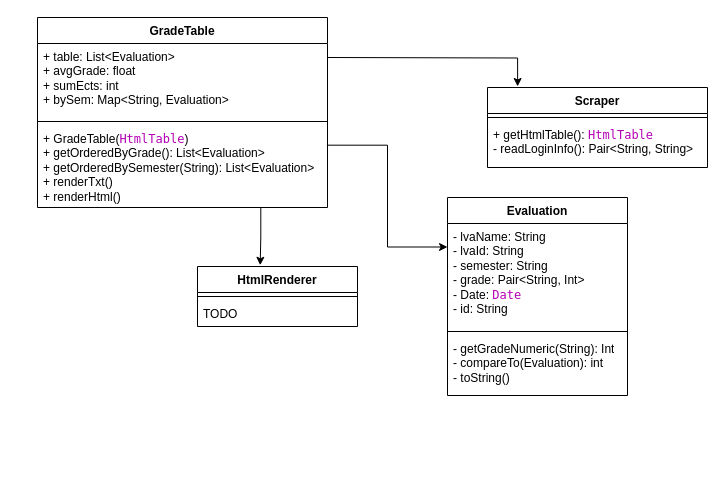
This is MissingSemEx1/UML_ex1.drawio from strgPeter/JKU_KUSSS_grade_visualizer, a draw.io file, before an edit. Source tidied: cells renumbered, new cells numbered last; positions are measured from the earlier drawing's top-left corner, leaving out a move shared by most shapes. Both pictures are drawn from the tidied source at 100%, with x=0, y=0 at pixel (37, 17).
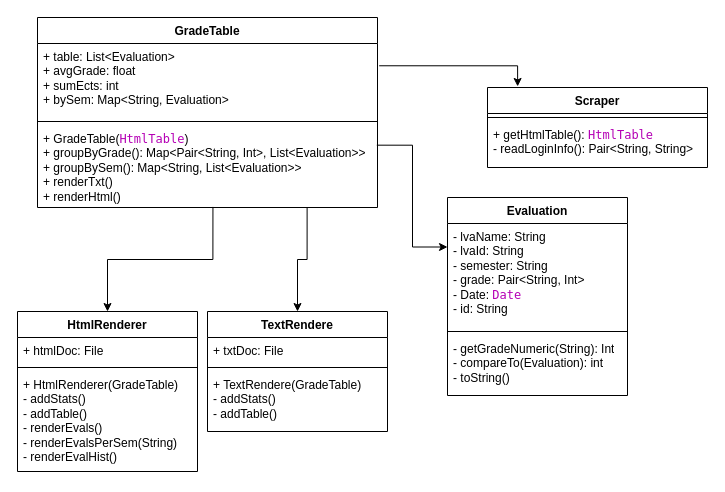
The same page after the edit.

Commit message:
update uml class diagram

The change refers to these unchanged cells:
```xml
<mxCell id="2" value="Scraper" style="swimlane;fontStyle=1;align=center;verticalAlign=top;horizontal=1;startSize=26;whiteSpace=wrap;html=1;fontSize=12;" parent="1" vertex="1">
  <mxGeometry x="450" y="70" width="220" height="80" as="geometry" />
</mxCell>
<mxCell id="9" value="Evaluation" style="swimlane;fontStyle=1;align=center;verticalAlign=top;horizontal=1;startSize=26;whiteSpace=wrap;html=1;fontSize=12;" parent="1" vertex="1">
  <mxGeometry x="410" y="180" width="180" height="198" as="geometry" />
</mxCell>
```

What changed in the source:
```diff
@@
     <mxCell id="5" value="GradeTable" style="swimlane;fontStyle=1;align=center;verticalAlign=top;horizontal=1;startSize=26;whiteSpace=wrap;html=1;fontSize=12;" parent="1" vertex="1">
-      <mxGeometry width="290" height="190" as="geometry" />
+      <mxGeometry width="340" height="190" as="geometry" />
     </mxCell>
     <mxCell id="6" value="+ table: List&amp;lt;Evaluation&amp;gt;&lt;div style=&quot;font-size: 12px;&quot;&gt;+ avgGrade: float&lt;/div&gt;&lt;div style=&quot;font-size: 12px;&quot;&gt;+ sumEcts: int&lt;/div&gt;&lt;div style=&quot;font-size: 12px;&quot;&gt;+ bySem: Map&amp;lt;String, Evaluation&amp;gt;&lt;/div&gt;" style="text;strokeColor=none;fillColor=none;align=left;verticalAlign=top;spacingLeft=4;spacingRight=4;overflow=hidden;points=[[0,0.5],[1,0.5]];portConstraint=eastwest;whiteSpace=wrap;html=1;fontSize=12;" parent="5" vertex="1">
-      <mxGeometry y="26" width="290" height="74" as="geometry" />
+      <mxGeometry y="26" width="340" height="74" as="geometry" />
     </mxCell>
     <mxCell id="7" style="line;strokeWidth=1;fillColor=none;align=left;verticalAlign=middle;spacingTop=-1;spacingLeft=3;spacingRight=3;labelPosition=right;strokeColor=inherit;fontSize=12;" parent="5" vertex="1">
-      <mxGeometry y="100" width="290" height="8" as="geometry" />
+      <mxGeometry y="100" width="340" height="8" as="geometry" />
     </mxCell>
-    <mxCell id="8" value="+ GradeTable(&lt;span style=&quot;color: rgb(181, 0, 181); font-family: Monaco, Menlo, Consolas, &amp;quot;Courier New&amp;quot;, monospace; font-size: 12px;&quot;&gt;HtmlTable&lt;/span&gt;)&lt;div style=&quot;font-size: 12px;&quot;&gt;+ getOrderedByGrade(): List&lt;span style=&quot;background-color: initial; font-size: 12px;&quot;&gt;&amp;lt;&lt;/span&gt;Evaluation&lt;span style=&quot;background-color: initial; font-size: 12px;&quot;&gt;&amp;gt;&lt;/span&gt;&lt;/div&gt;&lt;div style=&quot;font-size: 12px;&quot;&gt;+ getOrderedBySemester(String):&amp;nbsp;&lt;span style=&quot;background-color: initial; font-size: 12px;&quot;&gt;List&lt;/span&gt;&lt;span style=&quot;background-color: initial; font-size: 12px;&quot;&gt;&amp;lt;&lt;/span&gt;Evaluation&lt;span style=&quot;background-color: initial; font-size: 12px;&quot;&gt;&amp;gt;&lt;/span&gt;&lt;/div&gt;&lt;div style=&quot;font-size: 12px;&quot;&gt;&lt;span style=&quot;background-color: initial; font-size: 12px;&quot;&gt;+ renderTxt()&lt;/span&gt;&lt;/div&gt;&lt;div style=&quot;font-size: 12px;&quot;&gt;&lt;span style=&quot;background-color: initial; font-size: 12px;&quot;&gt;+ renderHtml()&lt;/span&gt;&lt;/div&gt;" style="text;strokeColor=none;fillColor=none;align=left;verticalAlign=top;spacingLeft=4;spacingRight=4;overflow=hidden;points=[[0,0.5],[1,0.5]];portConstraint=eastwest;whiteSpace=wrap;html=1;fontSize=12;" parent="5" vertex="1">
-      <mxGeometry y="108" width="290" height="82" as="geometry" />
+    <mxCell id="8" value="+ GradeTable(&lt;span style=&quot;color: rgb(181, 0, 181); font-family: Monaco, Menlo, Consolas, &amp;quot;Courier New&amp;quot;, monospace; font-size: 12px;&quot;&gt;HtmlTable&lt;/span&gt;)&lt;div&gt;+ groupByGrade(): Map&amp;lt;&lt;span style=&quot;background-color: initial;&quot;&gt;Pair&amp;lt;String, Int&amp;gt;,&amp;nbsp;&lt;/span&gt;&lt;span style=&quot;background-color: initial;&quot;&gt;List&lt;/span&gt;&lt;span style=&quot;background-color: initial;&quot;&gt;&amp;lt;&lt;/span&gt;&lt;span style=&quot;background-color: initial;&quot;&gt;Evaluation&lt;/span&gt;&lt;span style=&quot;background-color: initial;&quot;&gt;&amp;gt;&lt;/span&gt;&lt;span style=&quot;background-color: initial;&quot;&gt;&amp;gt;&lt;/span&gt;&lt;/div&gt;&lt;div&gt;+ groupBySem(): Map&amp;lt;&lt;span style=&quot;background-color: initial;&quot;&gt;String,&amp;nbsp;&lt;/span&gt;&lt;span style=&quot;background-color: initial;&quot;&gt;List&lt;/span&gt;&lt;span style=&quot;background-color: initial;&quot;&gt;&amp;lt;&lt;/span&gt;&lt;span style=&quot;background-color: initial;&quot;&gt;Evaluation&lt;/span&gt;&lt;span style=&quot;background-color: initial;&quot;&gt;&amp;gt;&lt;/span&gt;&lt;span style=&quot;background-color: initial;&quot;&gt;&amp;gt;&lt;/span&gt;&lt;/div&gt;&lt;div&gt;&lt;div style=&quot;font-size: 12px;&quot;&gt;&lt;span style=&quot;background-color: initial; font-size: 12px;&quot;&gt;+ renderTxt()&lt;/span&gt;&lt;/div&gt;&lt;div style=&quot;font-size: 12px;&quot;&gt;&lt;span style=&quot;background-color: initial; font-size: 12px;&quot;&gt;+ renderHtml()&lt;/span&gt;&lt;/div&gt;&lt;/div&gt;" style="text;strokeColor=none;fillColor=none;align=left;verticalAlign=top;spacingLeft=4;spacingRight=4;overflow=hidden;points=[[0,0.5],[1,0.5]];portConstraint=eastwest;whiteSpace=wrap;html=1;fontSize=12;" parent="5" vertex="1">
+      <mxGeometry y="108" width="340" height="82" as="geometry" />
     </mxCell>
@@
-    <mxCell id="12" value="&lt;div&gt;- getGradeNumeric(String): Int&lt;/div&gt;- compareTo(Evaluation): int&lt;div style=&quot;font-size: 12px;&quot;&gt;- toString()&lt;/div&gt;" style="text;strokeColor=none;fillColor=none;align=left;verticalAlign=top;spacingLeft=4;spacingRight=4;overflow=hidden;whiteSpace=wrap;html=1;fontSize=12;" parent="9" vertex="1">
+    <mxCell id="12" value="&lt;div style=&quot;font-size: 12px;&quot;&gt;- getGradeNumeric(String): Int&lt;/div&gt;- compareTo(Evaluation): int&lt;div style=&quot;font-size: 12px;&quot;&gt;- toString()&lt;/div&gt;" style="text;strokeColor=none;fillColor=none;align=left;verticalAlign=top;spacingLeft=4;spacingRight=4;overflow=hidden;whiteSpace=wrap;html=1;fontSize=12;" parent="9" vertex="1">
       <mxGeometry y="138" width="180" height="60" as="geometry" />
     </mxCell>
@@
+    <mxCell id="17" style="edgeStyle=orthogonalEdgeStyle;rounded=0;jettySize=auto;html=1;exitX=1.005;exitY=0.301;exitDx=0;exitDy=0;entryX=0.137;entryY=-0.013;entryDx=0;entryDy=0;entryPerimeter=0;fontSize=12;exitPerimeter=0;" parent="1" edge="1" source="6" target="2">
+      <mxGeometry relative="1" as="geometry" />
+    </mxCell>
     <mxCell id="14" value="HtmlRenderer" style="swimlane;fontStyle=1;align=center;verticalAlign=top;horizontal=1;startSize=26;whiteSpace=wrap;html=1;fontSize=12;" parent="1" vertex="1">
-      <mxGeometry x="160" y="249" width="160" height="60" as="geometry" />
+      <mxGeometry x="-20" y="294" width="180" height="160" as="geometry" />
     </mxCell>
-    <mxCell id="15" style="line;strokeWidth=1;fillColor=none;align=left;verticalAlign=middle;spacingTop=-1;spacingLeft=3;spacingRight=3;labelPosition=right;strokeColor=inherit;fontSize=12;" parent="14" vertex="1">
-      <mxGeometry y="26" width="160" height="8" as="geometry" />
-    </mxCell>
-    <mxCell id="16" value="TODO" style="text;strokeColor=none;fillColor=none;align=left;verticalAlign=top;spacingLeft=4;spacingRight=4;overflow=hidden;whiteSpace=wrap;html=1;fontSize=12;" parent="14" vertex="1">
-      <mxGeometry y="34" width="160" height="26" as="geometry" />
-    </mxCell>
-    <mxCell id="17" style="edgeStyle=orthogonalEdgeStyle;rounded=0;jettySize=auto;html=1;exitX=1;exitY=0.5;exitDx=0;exitDy=0;entryX=0.137;entryY=-0.013;entryDx=0;entryDy=0;entryPerimeter=0;" parent="1" edge="1" target="2">
-      <mxGeometry relative="1" as="geometry">
-        <mxPoint x="290" y="40" as="sourcePoint" />
-      </mxGeometry>
-    </mxCell>
+    <mxCell id="19" value="&lt;font style=&quot;font-size: 12px;&quot;&gt;+ htmlDoc: File&lt;/font&gt;" style="text;strokeColor=none;fillColor=none;align=left;verticalAlign=top;spacingLeft=4;spacingRight=4;overflow=hidden;whiteSpace=wrap;html=1;fontSize=12;" parent="14" vertex="1">
+      <mxGeometry y="26" width="180" height="26" as="geometry" />
+    </mxCell>
+    <mxCell id="20" style="line;strokeWidth=1;fillColor=none;align=left;verticalAlign=middle;spacingTop=-1;spacingLeft=3;spacingRight=3;labelPosition=right;strokeColor=inherit;fontSize=12;" parent="14" vertex="1">
+      <mxGeometry y="52" width="180" height="8" as="geometry" />
+    </mxCell>
+    <mxCell id="21" value="&lt;div style=&quot;font-size: 12px;&quot;&gt;+ HtmlRenderer(GradeTable)&lt;/div&gt;&lt;div style=&quot;font-size: 12px;&quot;&gt;- addStats()&lt;/div&gt;&lt;div style=&quot;font-size: 12px;&quot;&gt;- addTable()&lt;/div&gt;- renderEvals()&lt;div style=&quot;font-size: 12px;&quot;&gt;- renderEvalsPerSem(String)&lt;/div&gt;&lt;div style=&quot;font-size: 12px;&quot;&gt;- renderEvalHist()&lt;/div&gt;" style="text;strokeColor=none;fillColor=none;align=left;verticalAlign=top;spacingLeft=4;spacingRight=4;overflow=hidden;whiteSpace=wrap;html=1;fontSize=12;" parent="14" vertex="1">
+      <mxGeometry y="60" width="180" height="100" as="geometry" />
+    </mxCell>
+    <mxCell id="22" value="TextRendere" style="swimlane;fontStyle=1;align=center;verticalAlign=top;horizontal=1;startSize=26;whiteSpace=wrap;html=1;fontSize=12;" parent="1" vertex="1">
+      <mxGeometry x="170" y="294" width="180" height="120" as="geometry" />
+    </mxCell>
+    <mxCell id="23" value="&lt;font style=&quot;font-size: 12px;&quot;&gt;+ txtDoc: File&lt;/font&gt;" style="text;strokeColor=none;fillColor=none;align=left;verticalAlign=top;spacingLeft=4;spacingRight=4;overflow=hidden;whiteSpace=wrap;html=1;fontSize=12;" parent="22" vertex="1">
+      <mxGeometry y="26" width="180" height="26" as="geometry" />
+    </mxCell>
+    <mxCell id="24" style="line;strokeWidth=1;fillColor=none;align=left;verticalAlign=middle;spacingTop=-1;spacingLeft=3;spacingRight=3;labelPosition=right;strokeColor=inherit;fontSize=12;" parent="22" vertex="1">
+      <mxGeometry y="52" width="180" height="8" as="geometry" />
+    </mxCell>
+    <mxCell id="25" value="&lt;div style=&quot;font-size: 12px;&quot;&gt;+ TextRendere(GradeTable)&lt;/div&gt;&lt;div style=&quot;font-size: 12px;&quot;&gt;- addStats()&lt;/div&gt;&lt;div style=&quot;font-size: 12px;&quot;&gt;- addTable()&lt;/div&gt;" style="text;strokeColor=none;fillColor=none;align=left;verticalAlign=top;spacingLeft=4;spacingRight=4;overflow=hidden;whiteSpace=wrap;html=1;fontSize=12;" parent="22" vertex="1">
+      <mxGeometry y="60" width="180" height="60" as="geometry" />
+    </mxCell>
-    <mxCell id="18" style="edgeStyle=orthogonalEdgeStyle;rounded=0;jettySize=auto;html=1;exitX=0.77;exitY=1.002;exitDx=0;exitDy=0;entryX=0.392;entryY=-0.021;entryDx=0;entryDy=0;entryPerimeter=0;exitPerimeter=0;" parent="1" edge="1" source="8" target="14">
+    <mxCell id="18" style="edgeStyle=orthogonalEdgeStyle;rounded=0;jettySize=auto;html=1;exitX=0.516;exitY=0.993;exitDx=0;exitDy=0;entryX=0.5;entryY=0;entryDx=0;entryDy=0;exitPerimeter=0;" parent="1" edge="1" source="8" target="14">
       <mxGeometry relative="1" as="geometry" />
     </mxCell>
+    <mxCell id="26" style="edgeStyle=orthogonalEdgeStyle;rounded=0;jettySize=auto;html=1;exitX=0.793;exitY=1;exitDx=0;exitDy=0;entryX=0.5;entryY=0;entryDx=0;entryDy=0;exitPerimeter=0;" parent="1" edge="1" source="8" target="22">
+      <mxGeometry relative="1" as="geometry" />
+    </mxCell>
```
